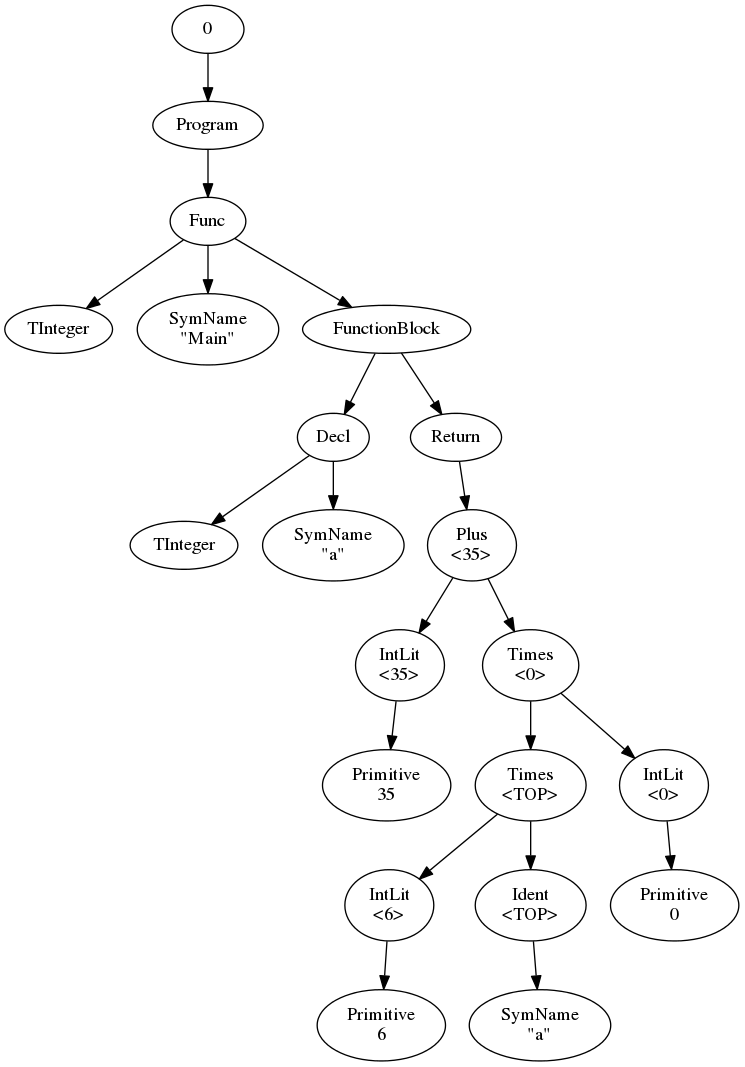
Earlier version of the Graphviz export typecheck/testProgram.png (drewtaylors/cs160). Its source is kept beside it as typecheck/testProgram.dot.
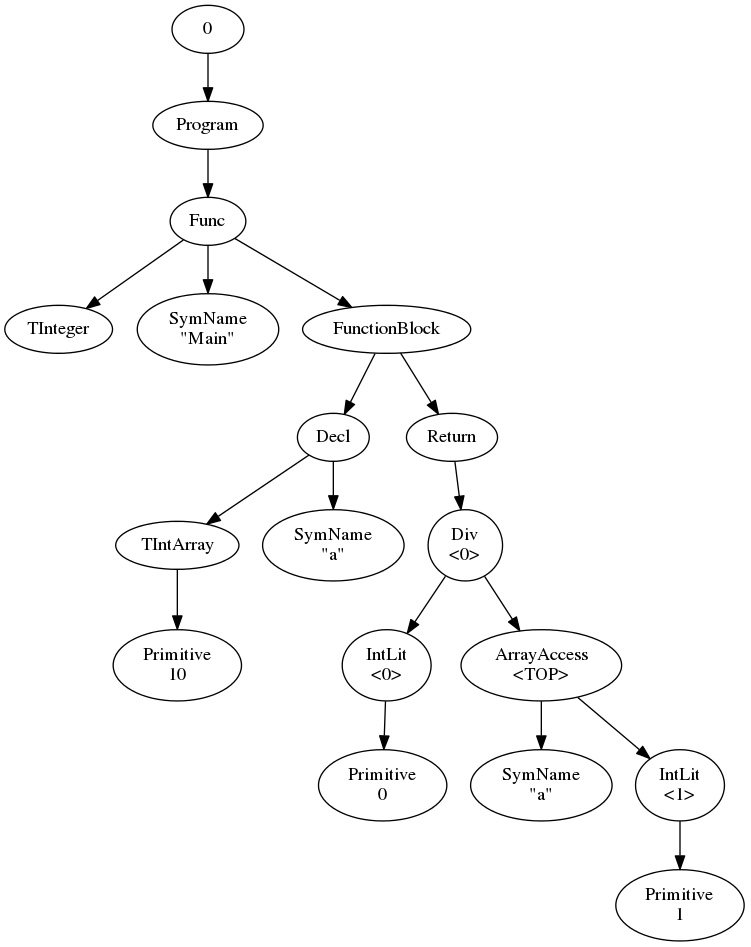
The same file after the commit.

What changed in the source:
```diff
@@ -11,32 +11,26 @@
 "2" -> "5"
 "6" [label="Decl"]
 "5" -> "6"
-"7" [label="TInteger"]
+"7" [label="TIntArray"]
 "6" -> "7"
-"8" [label="SymName\n\"a\""]
-"6" -> "8"
-"9" [label="Return"]
-"5" -> "9"
-"10" [label="Plus\n<35>"]
-"9" -> "10"
-"11" [label="IntLit\n<35>"]
+"8" [label="Primitive\n10"]
+"7" -> "8"
+"9" [label="SymName\n\"a\""]
+"6" -> "9"
+"10" [label="Return"]
+"5" -> "10"
+"11" [label="Div\n<0>"]
 "10" -> "11"
-"12" [label="Primitive\n35"]
+"12" [label="IntLit\n<0>"]
 "11" -> "12"
-"13" [label="Times\n<0>"]
-"10" -> "13"
-"14" [label="Times\n<TOP>"]
-"13" -> "14"
-"15" [label="IntLit\n<6>"]
+"13" [label="Primitive\n0"]
+"12" -> "13"
+"14" [label="ArrayAccess\n<TOP>"]
+"11" -> "14"
+"15" [label="SymName\n\"a\""]
 "14" -> "15"
-"16" [label="Primitive\n6"]
-"15" -> "16"
-"17" [label="Ident\n<TOP>"]
-"14" -> "17"
-"18" [label="SymName\n\"a\""]
-"17" -> "18"
-"19" [label="IntLit\n<0>"]
-"13" -> "19"
-"20" [label="Primitive\n0"]
-"19" -> "20"
+"16" [label="IntLit\n<1>"]
+"14" -> "16"
+"17" [label="Primitive\n1"]
+"16" -> "17"
 };
```
